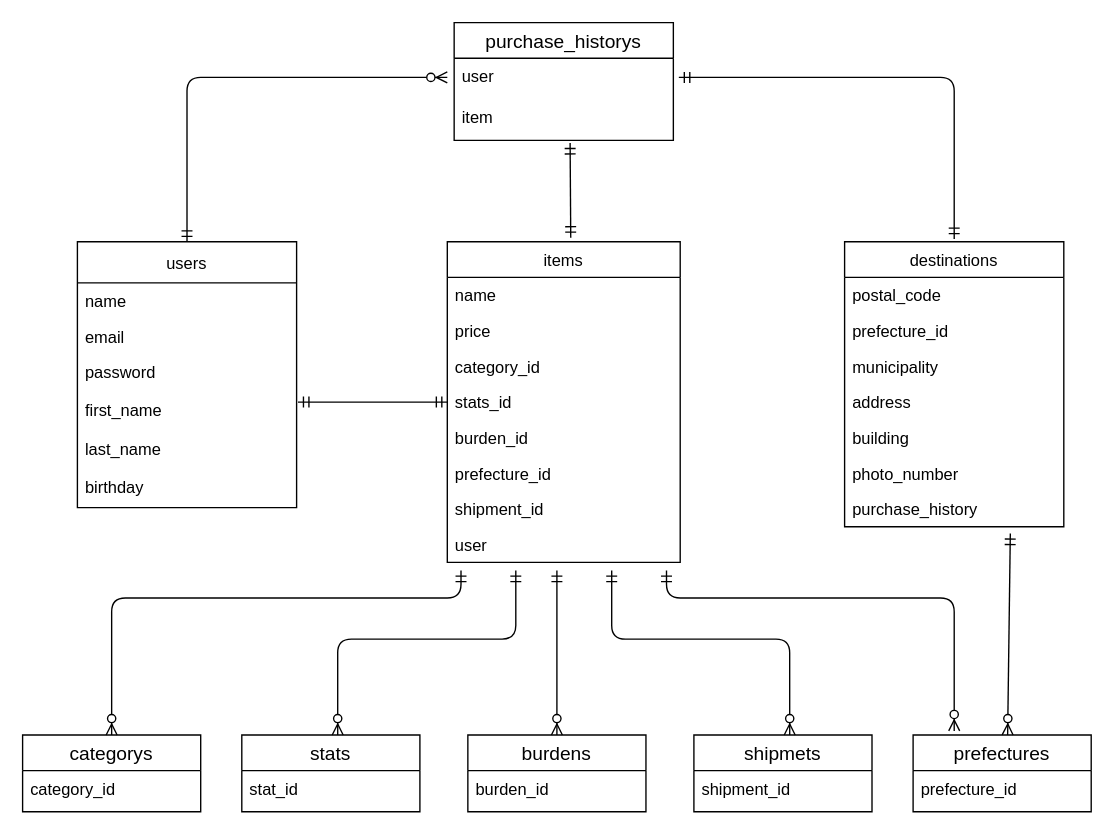
The draw.io diagram bin/ER.dio in massan7251/furima-33932, before the edit. Source tidied: cells renumbered, new cells numbered last; positions are measured from the earlier drawing's top-left corner, leaving out a move shared by most shapes. Both pictures are drawn from the tidied source at 137%, with x=0, y=0 at pixel (22, 22).
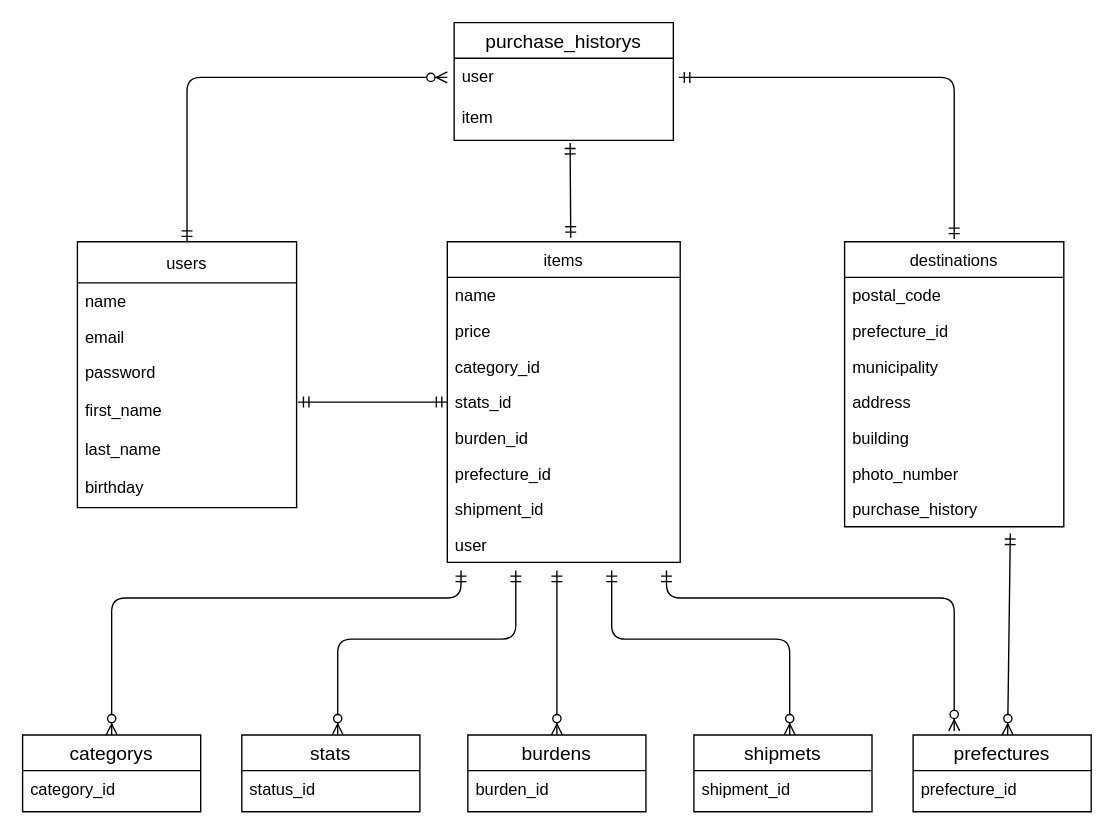
Above is the later version.

Commit message (it also covers changes not shown here):
DB設計修正4回目

The change refers to these unchanged cells:
```xml
<mxCell id="31" value="stats" style="swimlane;fontStyle=0;horizontal=1;startSize=26;align=center;fontSize=14;" parent="1" vertex="1">
  <mxGeometry x="160" y="520" width="130" height="56" as="geometry" />
</mxCell>
```

Diff of the diagram source:
```diff
@@
-    <mxCell id="32" value="stat_id" style="text;strokeColor=none;fillColor=none;spacingLeft=4;spacingRight=4;overflow=hidden;fontSize=12;" parent="31" vertex="1">
+    <mxCell id="32" value="status_id" style="text;strokeColor=none;fillColor=none;spacingLeft=4;spacingRight=4;overflow=hidden;fontSize=12;" parent="31" vertex="1">
       <mxGeometry y="26" width="130" height="30" as="geometry" />
     </mxCell>
```
